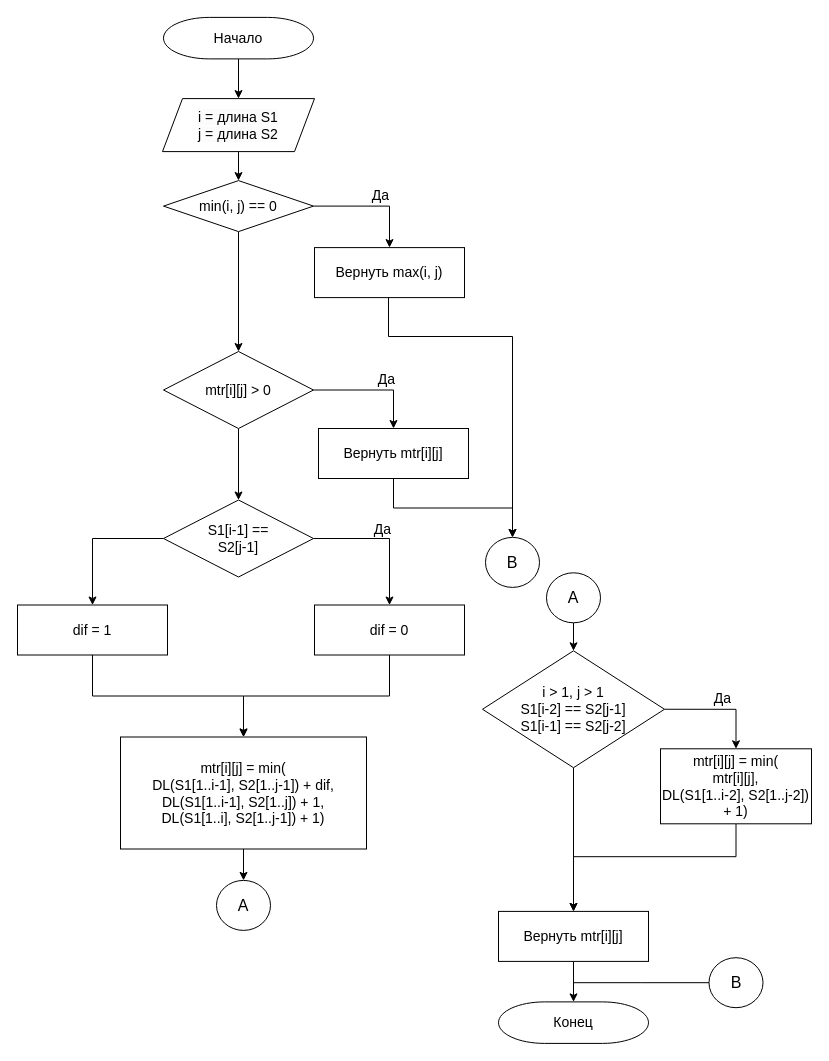
This is page "Д.-Л. рек. с кешем" (5 of 5) of lab_01/report/schemes/algorithms.drawio from mshsvnv/AlgorithmAnalysis, a draw.io file, before an edit. Source tidied: cells renumbered, new cells numbered last; positions are measured from the earlier drawing's top-left corner, leaving out a move shared by most shapes. Both pictures are drawn from the tidied source at 100%, with x=0, y=0 at pixel (17, 17).
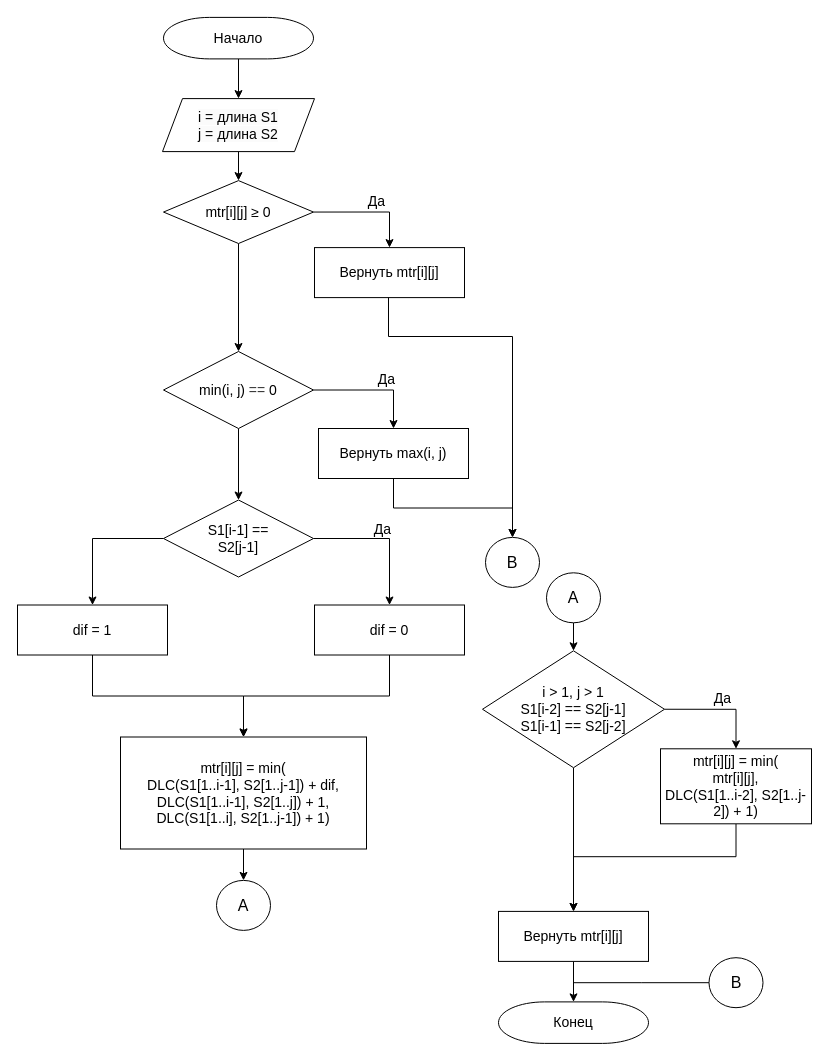
The same diagram, later.

What changed in the source:
```diff
@@
-    <mxCell id="9" value="&lt;span style=&quot;font-size: 14px;&quot;&gt;min(i, j) == 0&lt;/span&gt;" style="strokeWidth=1;html=1;shape=mxgraph.flowchart.decision;whiteSpace=wrap;rounded=0;fontSize=11;" parent="1" vertex="1">
-      <mxGeometry x="146" y="163.1" width="150" height="51" as="geometry" />
+    <mxCell id="9" value="&lt;font style=&quot;font-size: 14px;&quot;&gt;mtr[i][j]&amp;nbsp;≥&amp;nbsp;0&lt;br&gt;&lt;/font&gt;" style="strokeWidth=1;html=1;shape=mxgraph.flowchart.decision;whiteSpace=wrap;rounded=0;fontSize=11;" parent="1" vertex="1">
+      <mxGeometry x="146" y="163.1" width="150" height="62.9" as="geometry" />
     </mxCell>
@@
-    <mxCell id="11" value="&lt;span style=&quot;font-size: 14px;&quot;&gt;Вернуть max&lt;/span&gt;&lt;font style=&quot;font-size: 14px;&quot;&gt;(i, j)&lt;/font&gt;" style="rounded=0;whiteSpace=wrap;html=1;absoluteArcSize=1;arcSize=14;strokeWidth=1;" parent="1" vertex="1">
+    <mxCell id="11" value="&lt;font style=&quot;font-size: 14px;&quot;&gt;Вернуть mtr[i][j]&lt;/font&gt;&lt;span style=&quot;font-size: 14px;&quot;&gt;&lt;br&gt;&lt;/span&gt;" style="rounded=0;whiteSpace=wrap;html=1;absoluteArcSize=1;arcSize=14;strokeWidth=1;" parent="1" vertex="1">
       <mxGeometry x="297" y="230.1" width="150" height="50" as="geometry" />
     </mxCell>
@@
-    <mxCell id="20" value="&lt;font style=&quot;font-size: 14px;&quot;&gt;mtr[i][j] = min(&lt;br&gt;DL(S1[1..i-1], S2[1..j-1]) + dif,&lt;br&gt;DL(S1[1..i-1], S2[1..j]) + 1,&lt;br&gt;DL(S1[1..i], S2[1..j-1]) + 1)&lt;/font&gt;" style="rounded=0;whiteSpace=wrap;html=1;absoluteArcSize=1;arcSize=14;strokeWidth=1;" parent="1" vertex="1">
+    <mxCell id="20" value="&lt;font style=&quot;font-size: 14px;&quot;&gt;mtr[i][j] = min(&lt;br&gt;DLС(S1[1..i-1], S2[1..j-1]) + dif,&lt;br&gt;DLС(S1[1..i-1], S2[1..j]) + 1,&lt;br&gt;DLС(S1[1..i], S2[1..j-1]) + 1)&lt;/font&gt;" style="rounded=0;whiteSpace=wrap;html=1;absoluteArcSize=1;arcSize=14;strokeWidth=1;" parent="1" vertex="1">
       <mxGeometry x="103" y="719.5" width="246" height="112" as="geometry" />
     </mxCell>
@@
-    <mxCell id="25" value="&lt;font style=&quot;font-size: 14px;&quot;&gt;mtr[i][j]&amp;nbsp;= min(&lt;br&gt;mtr[i][j],&lt;br&gt;DL(S1[1..i-2], S2[1..j-2]) + 1)&lt;/font&gt;" style="rounded=0;whiteSpace=wrap;html=1;absoluteArcSize=1;arcSize=14;strokeWidth=1;" parent="1" vertex="1">
+    <mxCell id="25" value="&lt;font style=&quot;font-size: 14px;&quot;&gt;mtr[i][j]&amp;nbsp;= min(&lt;br&gt;mtr[i][j],&lt;br&gt;DLС(S1[1..i-2], S2[1..j-2]) + 1)&lt;/font&gt;" style="rounded=0;whiteSpace=wrap;html=1;absoluteArcSize=1;arcSize=14;strokeWidth=1;" parent="1" vertex="1">
       <mxGeometry x="643" y="731.3" width="151" height="75" as="geometry" />
     </mxCell>
@@
-    <mxCell id="31" value="&lt;span style=&quot;font-size: 14px;&quot;&gt;mtr[i][j] &amp;gt; 0&lt;/span&gt;" style="strokeWidth=1;html=1;shape=mxgraph.flowchart.decision;whiteSpace=wrap;rounded=0;fontSize=11;" parent="1" vertex="1">
+    <mxCell id="31" value="&lt;div style=&quot;text-align: start; font-size: 14px;&quot;&gt;&lt;span style=&quot;background-color: initial;&quot;&gt;min(i, j) &lt;/span&gt;&lt;font style=&quot;font-size: 14px;&quot; face=&quot;YS Text, Arial, Helvetica, Arial Unicode MS, sans-serif&quot; color=&quot;#333333&quot;&gt;&lt;span style=&quot;background-color: rgb(255, 255, 255);&quot;&gt;==&amp;nbsp;&lt;/span&gt;&lt;/font&gt;&lt;span style=&quot;background-color: initial; font-size: 14px;&quot;&gt;0&lt;/span&gt;&lt;/div&gt;" style="strokeWidth=1;html=1;shape=mxgraph.flowchart.decision;whiteSpace=wrap;rounded=0;fontSize=11;" parent="1" vertex="1">
       <mxGeometry x="146" y="334" width="150" height="77" as="geometry" />
     </mxCell>
@@
-    <mxCell id="33" value="&lt;span style=&quot;font-size: 14px;&quot;&gt;Вернуть mtr[i][j]&lt;/span&gt;" style="rounded=0;whiteSpace=wrap;html=1;absoluteArcSize=1;arcSize=14;strokeWidth=1;" parent="1" vertex="1">
+    <mxCell id="33" value="&lt;font style=&quot;font-size: 14px;&quot;&gt;Вернуть max&lt;font style=&quot;border-color: var(--border-color); font-size: 14px;&quot;&gt;(i, j)&lt;/font&gt;&lt;/font&gt;" style="rounded=0;whiteSpace=wrap;html=1;absoluteArcSize=1;arcSize=14;strokeWidth=1;" parent="1" vertex="1">
       <mxGeometry x="301" y="411" width="150" height="50" as="geometry" />
     </mxCell>
```
